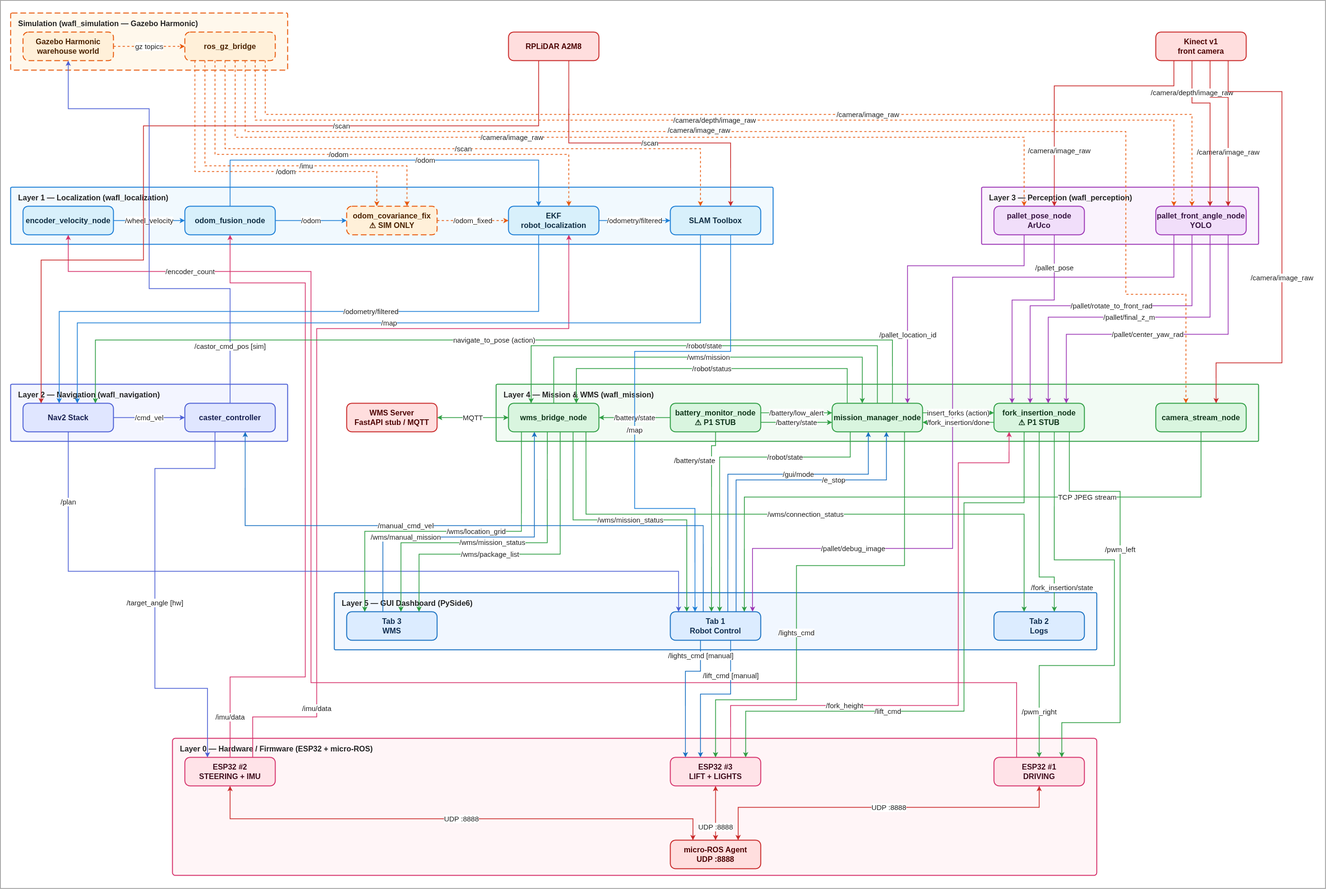
The draw.io diagram docs/diagrams/WAFL2027_Architecture.png in martinmelad1/WAFL_2027, before a commit. Source tidied: cells renumbered, new cells last; positions are measured from the earlier drawing's top-left corner, leaving out a move shared by most shapes.
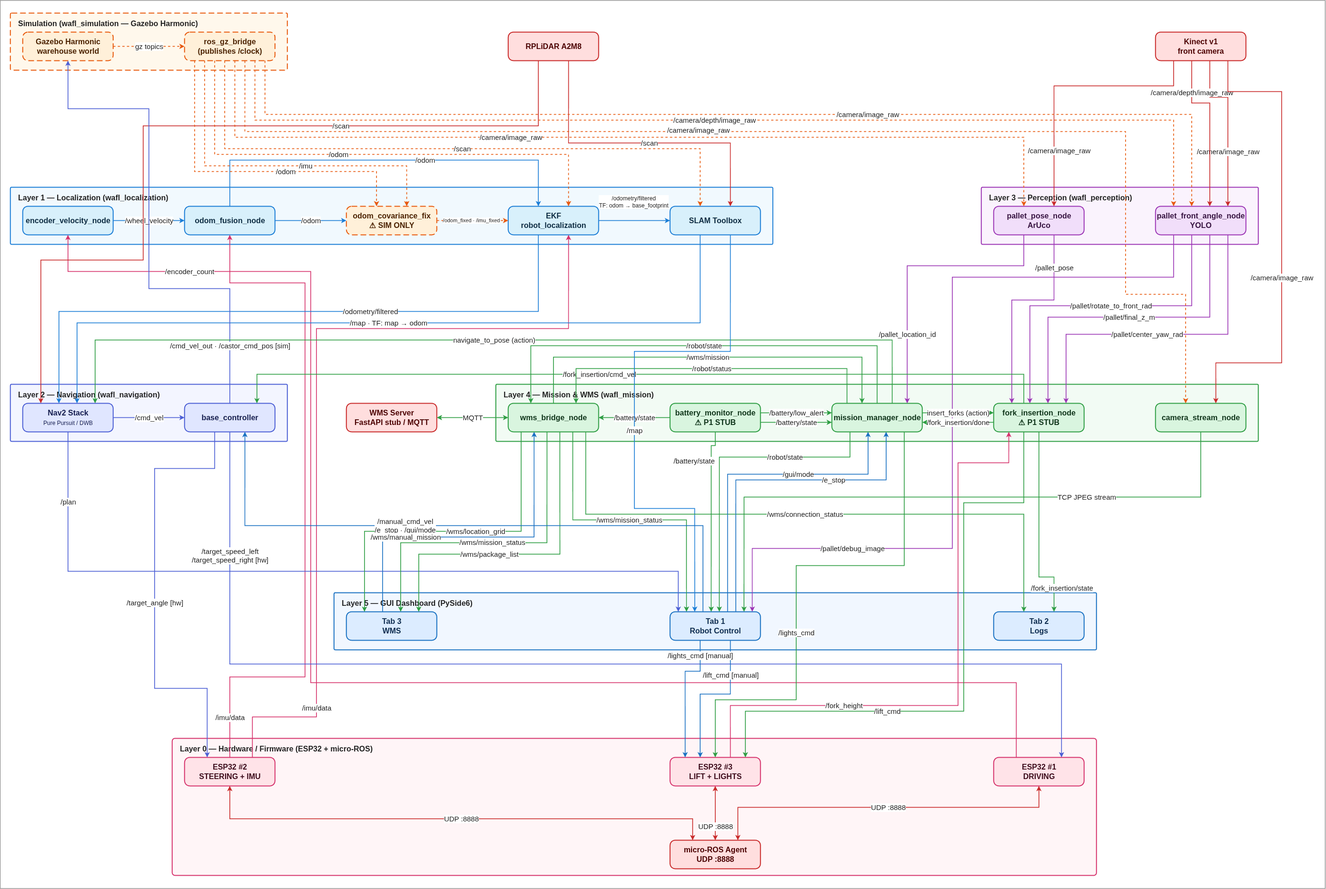
After the commit.

Diff of the diagram source:
```diff
@@ -2,7 +2,7 @@
   <root>
     <mxCell id="0" />
     <mxCell id="1" parent="0" />
-    <mxCell id="2" style="whiteSpace=wrap;html=1;opacity=60;" parent="1" vertex="1">
+    <mxCell id="2" value=" " style="whiteSpace=wrap;html=1;opacity=60;" parent="1" vertex="1">
       <mxGeometry width="2784" height="1866" as="geometry" />
     </mxCell>
     <mxCell id="3" value="Simulation  (wafl_simulation — Gazebo Harmonic)" style="rounded=1;arcSize=2;whiteSpace=wrap;html=1;fillColor=#fff8ec;strokeColor=#e8590c;strokeWidth=2;verticalAlign=top;align=left;spacingLeft=14;spacingTop=6;fontStyle=1;fontSize=16;fontColor=#222222;dashed=1;dashPattern=6 3;" parent="1" vertex="1">
@@ -11,7 +11,7 @@
     <mxCell id="4" value="Gazebo Harmonic&lt;br&gt;warehouse world" style="rounded=1;arcSize=18;whiteSpace=wrap;html=1;fillColor=#fff0d9;strokeColor=#e8590c;fontColor=#4a2100;strokeWidth=2;fontSize=16;fontStyle=1;dashed=1;dashPattern=6 3;" parent="3" vertex="1">
       <mxGeometry x="26" y="40" width="190" height="60" as="geometry" />
     </mxCell>
-    <mxCell id="5" value="ros_gz_bridge" style="rounded=1;arcSize=18;whiteSpace=wrap;html=1;fillColor=#fff0d9;strokeColor=#e8590c;fontColor=#4a2100;strokeWidth=2;fontSize=16;fontStyle=1;dashed=1;dashPattern=6 3;" parent="3" vertex="1">
+    <mxCell id="5" value="ros_gz_bridge&lt;br&gt;(publishes /clock)" style="rounded=1;arcSize=18;whiteSpace=wrap;html=1;fillColor=#fff0d9;strokeColor=#e8590c;fontColor=#4a2100;strokeWidth=2;fontSize=16;fontStyle=1;dashed=1;dashPattern=6 3;" parent="3" vertex="1">
       <mxGeometry x="366" y="40" width="190" height="60" as="geometry" />
     </mxCell>
     <mxCell id="6" value="Layer 1 — Localization  (wafl_localization)" style="rounded=1;arcSize=2;whiteSpace=wrap;html=1;fillColor=#f1f9fe;strokeColor=#1c7ed6;strokeWidth=2;verticalAlign=top;align=left;spacingLeft=14;spacingTop=6;fontStyle=1;fontSize=16;fontColor=#222222;" parent="1" vertex="1">
@@ -44,10 +44,10 @@
     <mxCell id="15" value="Layer 2 — Navigation  (wafl_navigation)" style="rounded=1;arcSize=2;whiteSpace=wrap;html=1;fillColor=#f3f5ff;strokeColor=#4c5fd5;strokeWidth=2;verticalAlign=top;align=left;spacingLeft=14;spacingTop=6;fontStyle=1;fontSize=16;fontColor=#222222;" parent="1" vertex="1">
       <mxGeometry x="22" y="807" width="582" height="120" as="geometry" />
     </mxCell>
-    <mxCell id="16" value="Nav2 Stack" style="rounded=1;arcSize=18;whiteSpace=wrap;html=1;fillColor=#e0e6ff;strokeColor=#4c5fd5;fontColor=#141c4d;strokeWidth=2;fontSize=16;fontStyle=1;" parent="15" vertex="1">
+    <mxCell id="16" value="Nav2 Stack&lt;br&gt;&lt;font style=&quot;font-size:12px;font-weight:normal&quot;&gt;Pure Pursuit / DWB&lt;/font&gt;" style="rounded=1;arcSize=18;whiteSpace=wrap;html=1;fillColor=#e0e6ff;strokeColor=#4c5fd5;fontColor=#141c4d;strokeWidth=2;fontSize=16;fontStyle=1;" parent="15" vertex="1">
       <mxGeometry x="26" y="40" width="190" height="60" as="geometry" />
     </mxCell>
-    <mxCell id="17" value="caster_controller" style="rounded=1;arcSize=18;whiteSpace=wrap;html=1;fillColor=#e0e6ff;strokeColor=#4c5fd5;fontColor=#141c4d;strokeWidth=2;fontSize=16;fontStyle=1;" parent="15" vertex="1">
+    <mxCell id="17" value="base_controller" style="rounded=1;arcSize=18;whiteSpace=wrap;html=1;fillColor=#e0e6ff;strokeColor=#4c5fd5;fontColor=#141c4d;strokeWidth=2;fontSize=16;fontStyle=1;" parent="15" vertex="1">
       <mxGeometry x="366" y="40" width="190" height="60" as="geometry" />
     </mxCell>
     <mxCell id="18" value="Layer 4 — Mission &amp;amp; WMS  (wafl_mission)" style="rounded=1;arcSize=2;whiteSpace=wrap;html=1;fillColor=#f2fbf4;strokeColor=#2f9e44;strokeWidth=2;verticalAlign=top;align=left;spacingLeft=14;spacingTop=6;fontStyle=1;fontSize=16;fontColor=#222222;" parent="1" vertex="1">
@@ -174,8 +174,8 @@
         </Array>
       </mxGeometry>
     </mxCell>
-    <mxCell id="46" value="/odom_fixed" style="endArrow=classic;endFill=1;html=1;rounded=0;strokeColor=#e8590c;strokeWidth=1.6;fontSize=15;fontColor=#222222;labelBackgroundColor=#ffffff;exitX=1.000;exitY=0.500;exitPerimeter=0;entryX=0.000;entryY=0.500;entryPerimeter=0;dashed=1;" parent="1" edge="1" source="9" target="10">
-      <mxGeometry relative="1" as="geometry" />
+    <mxCell id="46" value="/odom_fixed · /imu_fixed" style="endArrow=classic;endFill=1;html=1;rounded=0;strokeColor=#e8590c;strokeWidth=1.6;fontSize=11;fontColor=#222222;labelBackgroundColor=#ffffff;exitX=1.000;exitY=0.500;exitPerimeter=0;entryX=0.000;entryY=0.500;entryPerimeter=0;dashed=1;startSize=6;" parent="1" edge="1" source="9" target="10">
+      <mxGeometry x="-0.05" relative="1" as="geometry" />
     </mxCell>
     <mxCell id="47" value="/scan" style="endArrow=classic;endFill=1;html=1;rounded=0;strokeColor=#c92a2a;strokeWidth=1.6;fontSize=15;fontColor=#222222;labelBackgroundColor=#ffffff;exitX=0.667;exitY=1.000;exitPerimeter=0;entryX=0.667;entryY=0.000;entryPerimeter=0;" parent="1" edge="1" source="33" target="11">
       <mxGeometry x="0.06" relative="1" as="geometry">
@@ -195,8 +195,8 @@
         </Array>
       </mxGeometry>
     </mxCell>
-    <mxCell id="49" value="/odometry/filtered" style="endArrow=classic;endFill=1;html=1;rounded=0;strokeColor=#1c7ed6;strokeWidth=1.6;fontSize=15;fontColor=#222222;labelBackgroundColor=#ffffff;exitX=1.000;exitY=0.500;exitPerimeter=0;entryX=0.000;entryY=0.500;entryPerimeter=0;" parent="1" edge="1" source="10" target="11">
-      <mxGeometry relative="1" as="geometry" />
+    <mxCell id="49" value="/odometry/filtered&lt;br&gt;TF: odom → base_footprint" style="endArrow=classic;endFill=1;html=1;rounded=0;strokeColor=#1c7ed6;strokeWidth=1.6;fontSize=12;fontColor=#222222;labelBackgroundColor=#ffffff;exitX=1.000;exitY=0.500;exitPerimeter=0;entryX=0.000;entryY=0.500;entryPerimeter=0;" parent="1" edge="1" source="10" target="11">
+      <mxGeometry x="-0.02" y="39" relative="1" as="geometry" />
     </mxCell>
     <mxCell id="50" value="/odometry/filtered" style="endArrow=classic;endFill=1;html=1;rounded=0;strokeColor=#1c7ed6;strokeWidth=1.6;fontSize=15;fontColor=#222222;labelBackgroundColor=#ffffff;exitX=0.333;exitY=1.000;exitPerimeter=0;entryX=0.400;entryY=0.000;entryPerimeter=0;" parent="1" edge="1" source="10" target="16">
       <mxGeometry x="-0.25" relative="1" as="geometry">
@@ -206,7 +206,7 @@
         </Array>
       </mxGeometry>
     </mxCell>
-    <mxCell id="51" value="/map" style="endArrow=classic;endFill=1;html=1;rounded=0;strokeColor=#1c7ed6;strokeWidth=1.6;fontSize=15;fontColor=#222222;labelBackgroundColor=#ffffff;exitX=0.333;exitY=1.000;exitPerimeter=0;entryX=0.600;entryY=0.000;entryPerimeter=0;" parent="1" edge="1" source="11" target="16">
+    <mxCell id="51" value="/map · TF: map → odom" style="endArrow=classic;endFill=1;html=1;rounded=0;strokeColor=#1c7ed6;strokeWidth=1.6;fontSize=15;fontColor=#222222;labelBackgroundColor=#ffffff;exitX=0.333;exitY=1.000;exitPerimeter=0;entryX=0.600;entryY=0.000;entryPerimeter=0;" parent="1" edge="1" source="11" target="16">
       <mxGeometry x="0.01" relative="1" as="geometry">
         <Array as="points">
           <mxPoint x="1471.3" y="678" />
@@ -227,7 +227,7 @@
         </Array>
       </mxGeometry>
     </mxCell>
-    <mxCell id="54" value="/castor_cmd_pos  [sim]" style="endArrow=classic;endFill=1;html=1;rounded=0;strokeColor=#4c5fd5;strokeWidth=1.6;fontSize=15;fontColor=#222222;labelBackgroundColor=#ffffff;exitX=0.500;exitY=0.000;exitPerimeter=0;entryX=0.500;entryY=1.000;entryPerimeter=0;" parent="1" edge="1" source="17" target="4">
+    <mxCell id="54" value="/cmd_vel_out · /castor_cmd_pos  [sim]" style="endArrow=classic;endFill=1;html=1;rounded=0;strokeColor=#4c5fd5;strokeWidth=1.6;fontSize=15;fontColor=#222222;labelBackgroundColor=#ffffff;exitX=0.500;exitY=0.000;exitPerimeter=0;entryX=0.500;entryY=1.000;entryPerimeter=0;" parent="1" edge="1" source="17" target="4">
       <mxGeometry x="-0.77" relative="1" as="geometry">
         <Array as="points">
           <mxPoint x="483" y="606" />
@@ -370,23 +370,19 @@
         </Array>
       </mxGeometry>
     </mxCell>
-    <mxCell id="74" value="/pwm_left" style="endArrow=classic;endFill=1;html=1;rounded=0;strokeColor=#2f9e44;strokeWidth=1.6;fontSize=15;fontColor=#222222;labelBackgroundColor=#ffffff;exitX=0.833;exitY=1.000;exitPerimeter=0;entryX=0.750;entryY=0.000;entryPerimeter=0;" parent="1" edge="1" source="22" target="31">
-      <mxGeometry x="-0.23" relative="1" as="geometry">
+    <mxCell id="74" value="/target_speed_left&lt;br&gt;/target_speed_right  [hw]" style="endArrow=classic;endFill=1;html=1;rounded=0;strokeColor=#4c5fd5;strokeWidth=1.6;fontSize=15;fontColor=#222222;labelBackgroundColor=#ffffff;exitX=0.5;exitY=1;entryX=0.750;entryY=0.000;entryPerimeter=0;exitDx=0;exitDy=0;edgeStyle=orthogonalEdgeStyle;" parent="1" edge="1" source="17" target="31">
+      <mxGeometry x="-0.79" relative="1" as="geometry">
         <Array as="points">
-          <mxPoint x="2246.3" y="1032" />
-          <mxPoint x="2353" y="1032" />
-          <mxPoint x="2353" y="1518" />
-          <mxPoint x="2230.5" y="1518" />
+          <mxPoint x="483" y="1394.9" />
+          <mxPoint x="2230.5" y="1394.9" />
         </Array>
       </mxGeometry>
     </mxCell>
-    <mxCell id="75" value="/pwm_right" style="endArrow=classic;endFill=1;html=1;rounded=0;strokeColor=#2f9e44;strokeWidth=1.6;fontSize=15;fontColor=#222222;labelBackgroundColor=#ffffff;exitX=0.667;exitY=1.000;exitPerimeter=0;entryX=0.500;entryY=0.000;entryPerimeter=0;" parent="1" edge="1" source="22" target="31">
-      <mxGeometry x="0.8" relative="1" as="geometry">
+    <mxCell id="75" value="/fork_insertion/cmd_vel" style="endArrow=classic;endFill=1;html=1;rounded=0;strokeColor=#2f9e44;strokeWidth=1.6;fontSize=15;fontColor=#222222;labelBackgroundColor=#ffffff;exitX=0.333;exitY=0.000;exitPerimeter=0;entryX=0.800;entryY=0.000;entryPerimeter=0;" parent="1" edge="1" source="22" target="17">
+      <mxGeometry x="0.1" relative="1" as="geometry">
         <Array as="points">
-          <mxPoint x="2214.7" y="1176" />
-          <mxPoint x="2341" y="1176" />
-          <mxPoint x="2341" y="1398" />
-          <mxPoint x="2183" y="1398" />
+          <mxPoint x="2151.3" y="786" />
+          <mxPoint x="540" y="786" />
         </Array>
       </mxGeometry>
     </mxCell>
@@ -527,7 +523,7 @@
         </Array>
       </mxGeometry>
     </mxCell>
-    <mxCell id="93" value="/manual_cmd_vel" style="endArrow=classic;endFill=1;html=1;rounded=0;strokeColor=#1971c2;strokeWidth=1.6;fontSize=15;fontColor=#222222;labelBackgroundColor=#ffffff;exitX=0.364;exitY=0.000;exitPerimeter=0;entryX=0.667;entryY=1.000;entryPerimeter=0;" parent="1" edge="1" source="26" target="17">
+    <mxCell id="93" value="/manual_cmd_vel&lt;br&gt;/e_stop · /gui/mode" style="endArrow=classic;endFill=1;html=1;rounded=0;strokeColor=#1971c2;strokeWidth=1.6;fontSize=15;fontColor=#222222;labelBackgroundColor=#ffffff;exitX=0.364;exitY=0.000;exitPerimeter=0;entryX=0.667;entryY=1.000;entryPerimeter=0;" parent="1" edge="1" source="26" target="17">
       <mxGeometry x="0.2" relative="1" as="geometry">
         <Array as="points">
           <mxPoint x="1477.1" y="1104" />
```
